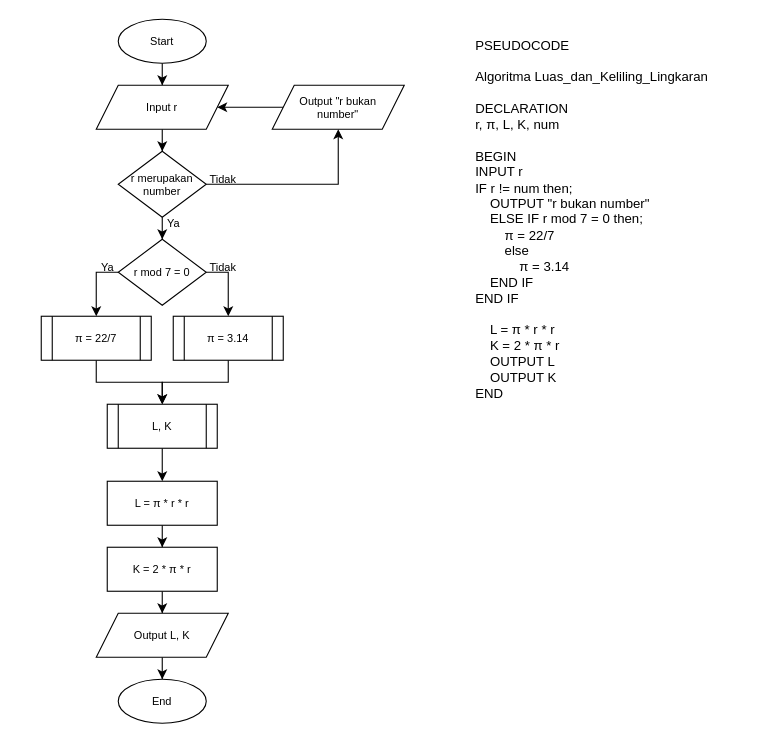
Earlier version of the draw.io diagram page "Luas dan Keliling Lingkaran" (1 of 2) of 5-Flowchart.drawio (mfdrfauzi/fwg17-computer-science). Source tidied: cells renumbered, new cells numbered last; positions are measured from the earlier drawing's top-left corner, leaving out a move shared by most shapes. Both pictures are drawn from the tidied source at 110%, with x=0, y=0 at pixel (41, 19).
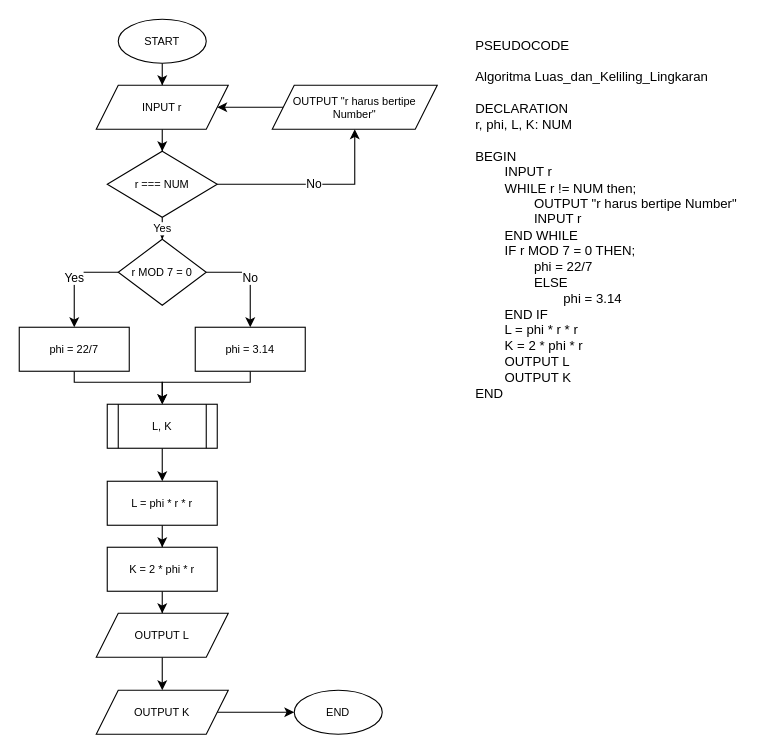
After the change.

Unchanged cells that the change refers to:
```xml
<mxCell id="24" value="L, K" style="shape=process;whiteSpace=wrap;html=1;backgroundOutline=1;fontSize=10;" parent="1" vertex="1">
  <mxGeometry x="60" y="350" width="100" height="40" as="geometry" />
</mxCell>
```

What changed in the source:
```diff
@@
-    <mxCell id="3" value="Start" style="ellipse;whiteSpace=wrap;html=1;fontSize=10;" parent="1" vertex="1">
+    <mxCell id="3" value="START" style="ellipse;whiteSpace=wrap;html=1;fontSize=10;" parent="1" vertex="1">
       <mxGeometry x="70" width="80" height="40" as="geometry" />
     </mxCell>
-    <mxCell id="4" style="edgeStyle=orthogonalEdgeStyle;rounded=0;jettySize=auto;html=1;entryX=0.5;entryY=0;entryDx=0;entryDy=0;fontSize=10;" parent="1" edge="1" source="6" target="19">
+    <mxCell id="4" value="Yes" style="edgeStyle=orthogonalEdgeStyle;rounded=0;jettySize=auto;html=1;entryX=0.5;entryY=0;entryDx=0;entryDy=0;fontSize=10;" parent="1" edge="1" source="6" target="19">
       <mxGeometry relative="1" as="geometry" />
     </mxCell>
-    <mxCell id="5" style="edgeStyle=orthogonalEdgeStyle;rounded=0;jettySize=auto;html=1;entryX=0.5;entryY=1;entryDx=0;entryDy=0;" parent="1" edge="1" source="6" target="28">
+    <mxCell id="5" value="No" style="edgeStyle=orthogonalEdgeStyle;rounded=0;jettySize=auto;html=1;entryX=0.5;entryY=1;entryDx=0;entryDy=0;" parent="1" edge="1" source="6" target="28">
       <mxGeometry relative="1" as="geometry" />
     </mxCell>
-    <mxCell id="6" value="r merupakan number" style="rhombus;whiteSpace=wrap;html=1;fontSize=10;" parent="1" vertex="1">
-      <mxGeometry x="70" y="120" width="80" height="60" as="geometry" />
+    <mxCell id="6" value="r === NUM" style="rhombus;whiteSpace=wrap;html=1;fontSize=10;" parent="1" vertex="1">
+      <mxGeometry x="60" y="120" width="100" height="60" as="geometry" />
     </mxCell>
-    <mxCell id="7" style="edgeStyle=orthogonalEdgeStyle;rounded=0;jettySize=auto;html=1;entryX=0.5;entryY=0;entryDx=0;entryDy=0;fontSize=10;" parent="1" edge="1" source="8" target="24">
-      <mxGeometry relative="1" as="geometry" />
-    </mxCell>
-    <mxCell id="8" value="π = 22/7" style="shape=process;whiteSpace=wrap;html=1;backgroundOutline=1;fontSize=10;" parent="1" vertex="1">
-      <mxGeometry y="270" width="100" height="40" as="geometry" />
-    </mxCell>
@@
-    <mxCell id="10" value="L =&amp;nbsp;π * r * r" style="rounded=0;whiteSpace=wrap;html=1;fontSize=10;" parent="1" vertex="1">
+    <mxCell id="10" value="L = phi * r * r" style="rounded=0;whiteSpace=wrap;html=1;fontSize=10;" parent="1" vertex="1">
       <mxGeometry x="60" y="420" width="100" height="40" as="geometry" />
     </mxCell>
@@
-    <mxCell id="12" value="K = 2 *&amp;nbsp;π * r" style="rounded=0;whiteSpace=wrap;html=1;fontSize=10;" parent="1" vertex="1">
+    <mxCell id="12" value="K = 2 * phi * r" style="rounded=0;whiteSpace=wrap;html=1;fontSize=10;" parent="1" vertex="1">
       <mxGeometry x="60" y="480" width="100" height="40" as="geometry" />
     </mxCell>
-    <mxCell id="13" style="edgeStyle=orthogonalEdgeStyle;rounded=0;jettySize=auto;html=1;entryX=0.5;entryY=0;entryDx=0;entryDy=0;fontSize=10;" parent="1" edge="1" source="14" target="22">
-      <mxGeometry relative="1" as="geometry" />
-    </mxCell>
+    <mxCell id="32" style="edgeStyle=orthogonalEdgeStyle;rounded=0;jettySize=auto;html=1;entryX=0.5;entryY=0;entryDx=0;entryDy=0;" parent="1" edge="1" source="14" target="36">
+      <mxGeometry relative="1" as="geometry" />
+    </mxCell>
-    <mxCell id="14" value="Output L, K" style="shape=parallelogram;perimeter=parallelogramPerimeter;whiteSpace=wrap;html=1;fixedSize=1;fontSize=10;" parent="1" vertex="1">
+    <mxCell id="14" value="OUTPUT L" style="shape=parallelogram;perimeter=parallelogramPerimeter;whiteSpace=wrap;html=1;fixedSize=1;fontSize=10;" parent="1" vertex="1">
       <mxGeometry x="50" y="540" width="120" height="40" as="geometry" />
     </mxCell>
@@
-    <mxCell id="16" value="Input r" style="shape=parallelogram;perimeter=parallelogramPerimeter;whiteSpace=wrap;html=1;fixedSize=1;fontSize=10;" parent="1" vertex="1">
+    <mxCell id="16" value="INPUT r" style="shape=parallelogram;perimeter=parallelogramPerimeter;whiteSpace=wrap;html=1;fixedSize=1;fontSize=10;" parent="1" vertex="1">
       <mxGeometry x="50" y="60" width="120" height="40" as="geometry" />
     </mxCell>
-    <mxCell id="17" style="edgeStyle=orthogonalEdgeStyle;rounded=0;jettySize=auto;html=1;exitX=1;exitY=0.5;exitDx=0;exitDy=0;entryX=0.5;entryY=0;entryDx=0;entryDy=0;fontSize=10;" parent="1" edge="1" source="19" target="21">
-      <mxGeometry relative="1" as="geometry" />
-    </mxCell>
-    <mxCell id="18" style="edgeStyle=orthogonalEdgeStyle;rounded=0;jettySize=auto;html=1;exitX=0;exitY=0.5;exitDx=0;exitDy=0;entryX=0.5;entryY=0;entryDx=0;entryDy=0;fontSize=10;" parent="1" edge="1" source="19" target="8">
-      <mxGeometry relative="1" as="geometry" />
-    </mxCell>
+    <mxCell id="33" value="Yes" style="edgeStyle=orthogonalEdgeStyle;rounded=0;jettySize=auto;html=1;entryX=0.5;entryY=0;entryDx=0;entryDy=0;" parent="1" edge="1" source="19" target="38">
+      <mxGeometry relative="1" as="geometry">
+        <Array as="points">
+          <mxPoint x="30" y="230" />
+        </Array>
+      </mxGeometry>
+    </mxCell>
+    <mxCell id="34" value="No" style="edgeStyle=orthogonalEdgeStyle;rounded=0;jettySize=auto;html=1;entryX=0.5;entryY=0;entryDx=0;entryDy=0;" parent="1" edge="1" source="19" target="40">
+      <mxGeometry relative="1" as="geometry">
+        <Array as="points">
+          <mxPoint x="190" y="230" />
+        </Array>
+      </mxGeometry>
+    </mxCell>
-    <mxCell id="19" value="r mod 7 = 0" style="rhombus;whiteSpace=wrap;html=1;fontSize=10;" parent="1" vertex="1">
+    <mxCell id="19" value="r MOD 7 = 0" style="rhombus;whiteSpace=wrap;html=1;fontSize=10;" parent="1" vertex="1">
       <mxGeometry x="70" y="200" width="80" height="60" as="geometry" />
     </mxCell>
-    <mxCell id="20" style="edgeStyle=orthogonalEdgeStyle;rounded=0;jettySize=auto;html=1;entryX=0.5;entryY=0;entryDx=0;entryDy=0;fontSize=10;" parent="1" edge="1" source="21" target="24">
-      <mxGeometry relative="1" as="geometry" />
-    </mxCell>
-    <mxCell id="21" value="π = 3.14" style="shape=process;whiteSpace=wrap;html=1;backgroundOutline=1;fontSize=10;" parent="1" vertex="1">
-      <mxGeometry x="120" y="270" width="100" height="40" as="geometry" />
-    </mxCell>
-    <mxCell id="22" value="End" style="ellipse;whiteSpace=wrap;html=1;fontSize=10;" parent="1" vertex="1">
-      <mxGeometry x="70" y="600" width="80" height="40" as="geometry" />
+    <mxCell id="22" value="END" style="ellipse;whiteSpace=wrap;html=1;fontSize=10;" parent="1" vertex="1">
+      <mxGeometry x="230" y="610" width="80" height="40" as="geometry" />
     </mxCell>
@@
-    <mxCell id="25" value="Ya" style="text;html=1;align=center;verticalAlign=middle;strokeColor=none;fillColor=none;fontSize=10;" parent="1" vertex="1">
-      <mxGeometry x="100" y="170" width="40" height="30" as="geometry" />
-    </mxCell>
-    <mxCell id="26" value="Tidak" style="text;html=1;align=center;verticalAlign=middle;strokeColor=none;fillColor=none;fontSize=10;" parent="1" vertex="1">
-      <mxGeometry x="140" y="130" width="50" height="30" as="geometry" />
-    </mxCell>
@@
-    <mxCell id="28" value="Output &quot;r bukan&lt;br&gt;number&quot;" style="shape=parallelogram;perimeter=parallelogramPerimeter;whiteSpace=wrap;html=1;fixedSize=1;fontSize=10;" parent="1" vertex="1">
-      <mxGeometry x="210" y="60" width="120" height="40" as="geometry" />
+    <mxCell id="28" value="OUTPUT &quot;r harus bertipe Number&quot;" style="shape=parallelogram;perimeter=parallelogramPerimeter;whiteSpace=wrap;html=1;fixedSize=1;fontSize=10;" parent="1" vertex="1">
+      <mxGeometry x="210" y="60" width="150" height="40" as="geometry" />
     </mxCell>
-    <mxCell id="29" value="Ya" style="text;html=1;align=center;verticalAlign=middle;strokeColor=none;fillColor=none;fontSize=10;" parent="1" vertex="1">
-      <mxGeometry x="40" y="210" width="40" height="30" as="geometry" />
-    </mxCell>
-    <mxCell id="30" value="Tidak" style="text;html=1;align=center;verticalAlign=middle;strokeColor=none;fillColor=none;fontSize=10;" parent="1" vertex="1">
-      <mxGeometry x="140" y="210" width="50" height="30" as="geometry" />
-    </mxCell>
-    <mxCell id="31" value="PSEUDOCODE&lt;br&gt;&lt;br&gt;&lt;div&gt;Algoritma Luas_dan_Keliling_Lingkaran&lt;/div&gt;&lt;div&gt;&lt;br&gt;&lt;/div&gt;&lt;div&gt;DECLARATION&lt;/div&gt;&lt;div&gt;r, π, L, K, num&lt;/div&gt;&lt;div&gt;&lt;br&gt;&lt;/div&gt;&lt;div&gt;BEGIN&lt;/div&gt;&lt;div&gt;INPUT r&lt;span style=&quot;&quot;&gt;&lt;/span&gt;&lt;/div&gt;&lt;div&gt;IF r != num then;&lt;/div&gt;&lt;div&gt;&lt;span style=&quot;&quot;&gt;&lt;span style=&quot;&quot;&gt;&lt;span style=&quot;white-space: pre;&quot;&gt;&amp;nbsp;&amp;nbsp;&amp;nbsp;&amp;nbsp;&lt;/span&gt;&lt;/span&gt;OUTPUT &quot;r bukan number&quot;&lt;/span&gt;&lt;/div&gt;&lt;div&gt;&lt;span style=&quot;&quot;&gt;&lt;span style=&quot;&quot;&gt;&lt;span style=&quot;white-space: pre;&quot;&gt;&amp;nbsp;&amp;nbsp;&amp;nbsp;&amp;nbsp;&lt;/span&gt;&lt;/span&gt;ELSE IF r mod 7 = 0 then;&lt;/span&gt;&lt;/div&gt;&lt;div&gt;&lt;span style=&quot;&quot;&gt;&lt;span style=&quot;&quot;&gt;&lt;span style=&quot;white-space: pre;&quot;&gt;&amp;nbsp;&amp;nbsp;&amp;nbsp;&amp;nbsp;&lt;/span&gt;&lt;span style=&quot;white-space: pre;&quot;&gt;&amp;nbsp;&amp;nbsp;&amp;nbsp;&amp;nbsp;&lt;/span&gt;&lt;/span&gt;π = 22/7&lt;/span&gt;&lt;/div&gt;&lt;div&gt;&lt;span style=&quot;&quot;&gt;&lt;span style=&quot;&quot;&gt;&lt;span style=&quot;white-space: pre;&quot;&gt;&amp;nbsp;&amp;nbsp;&amp;nbsp;&amp;nbsp;&lt;/span&gt;&lt;span style=&quot;white-space: pre;&quot;&gt;&amp;nbsp;&amp;nbsp;&amp;nbsp;&amp;nbsp;&lt;/span&gt;&lt;/span&gt;else&lt;/span&gt;&lt;/div&gt;&lt;div&gt;&lt;span style=&quot;&quot;&gt;&lt;span style=&quot;&quot;&gt;&lt;span style=&quot;white-space: pre;&quot;&gt;&amp;nbsp;&amp;nbsp;&amp;nbsp;&amp;nbsp;&lt;/span&gt;&lt;span style=&quot;white-space: pre;&quot;&gt;&amp;nbsp;&amp;nbsp;&amp;nbsp;&amp;nbsp;&lt;/span&gt;&lt;span style=&quot;white-space: pre;&quot;&gt;&amp;nbsp;&amp;nbsp;&amp;nbsp;&amp;nbsp;&lt;/span&gt;&lt;/span&gt;π = 3.14&lt;/span&gt;&lt;/div&gt;&lt;div&gt;&lt;span style=&quot;&quot;&gt;&lt;span style=&quot;&quot;&gt;&lt;span style=&quot;white-space: pre;&quot;&gt;&amp;nbsp;&amp;nbsp;&amp;nbsp;&amp;nbsp;&lt;/span&gt;&lt;/span&gt;END IF&lt;/span&gt;&lt;/div&gt;&lt;div&gt;END IF&lt;/div&gt;&lt;div&gt;&lt;br&gt;&lt;/div&gt;&lt;div&gt;&lt;span style=&quot;&quot;&gt;&lt;span style=&quot;&quot;&gt;&lt;span style=&quot;white-space: pre;&quot;&gt;&amp;nbsp;&amp;nbsp;&amp;nbsp;&amp;nbsp;&lt;/span&gt;&lt;/span&gt;L = π * r * r&lt;/span&gt;&lt;/div&gt;&lt;div&gt;&lt;span style=&quot;&quot;&gt;&lt;span style=&quot;&quot;&gt;&lt;span style=&quot;white-space: pre;&quot;&gt;&amp;nbsp;&amp;nbsp;&amp;nbsp;&amp;nbsp;&lt;/span&gt;&lt;/span&gt;K = 2 * π * r&lt;/span&gt;&lt;/div&gt;&lt;div&gt;&lt;span style=&quot;&quot;&gt;&lt;span style=&quot;&quot;&gt;&lt;span style=&quot;white-space: pre;&quot;&gt;&amp;nbsp;&amp;nbsp;&amp;nbsp;&amp;nbsp;&lt;/span&gt;&lt;/span&gt;OUTPUT L&lt;/span&gt;&lt;/div&gt;&lt;div&gt;&lt;span style=&quot;&quot;&gt;&lt;span style=&quot;&quot;&gt;&lt;span style=&quot;white-space: pre;&quot;&gt;&amp;nbsp;&amp;nbsp;&amp;nbsp;&amp;nbsp;&lt;/span&gt;&lt;/span&gt;OUTPUT K&lt;/span&gt;&lt;/div&gt;&lt;div&gt;END&lt;/div&gt;" style="text;html=1;align=left;verticalAlign=top;strokeColor=none;fillColor=none;" parent="1" vertex="1">
-      <mxGeometry x="393" y="10" width="230" height="340" as="geometry" />
+    <mxCell id="31" value="PSEUDOCODE&lt;br&gt;&lt;br&gt;&lt;div&gt;Algoritma Luas_dan_Keliling_Lingkaran&lt;/div&gt;&lt;div&gt;&lt;br&gt;&lt;/div&gt;&lt;div&gt;DECLARATION&lt;/div&gt;&lt;div&gt;r, phi, L, K: NUM&lt;/div&gt;&lt;div&gt;&lt;br&gt;&lt;/div&gt;&lt;div&gt;BEGIN&lt;/div&gt;&lt;div&gt;&lt;span style=&quot;white-space: pre;&quot;&gt;&#9;&lt;/span&gt;INPUT r&lt;/div&gt;&lt;div&gt;&lt;span style=&quot;white-space: pre;&quot;&gt;&#9;&lt;/span&gt;WHILE&amp;nbsp;r != NUM then;&lt;/div&gt;&lt;div&gt;&lt;span style=&quot;&quot;&gt;&lt;span style=&quot;&quot;&gt;&lt;span style=&quot;white-space: pre;&quot;&gt;&amp;nbsp;&amp;nbsp;&amp;nbsp;&amp;nbsp;&lt;span style=&quot;white-space: pre;&quot;&gt;&#9;&lt;span style=&quot;white-space: pre;&quot;&gt;&#9;&lt;/span&gt;&lt;/span&gt;&lt;/span&gt;&lt;/span&gt;OUTPUT &quot;r harus bertipe Number&quot;&lt;/span&gt;&lt;/div&gt;&lt;div&gt;&lt;span style=&quot;&quot;&gt;&lt;span style=&quot;white-space: pre;&quot;&gt;&#9;&lt;span style=&quot;white-space: pre;&quot;&gt;&#9;&lt;/span&gt;I&lt;/span&gt;NPUT r&lt;br&gt;&lt;/span&gt;&lt;/div&gt;&lt;div&gt;&lt;span style=&quot;&quot;&gt;&lt;span style=&quot;white-space: pre;&quot;&gt;&#9;&lt;/span&gt;END WHILE&lt;/span&gt;&lt;/div&gt;&lt;div&gt;&lt;span style=&quot;&quot;&gt;&lt;span style=&quot;&quot;&gt;&lt;span style=&quot;white-space: pre;&quot;&gt;&amp;nbsp;&amp;nbsp;&amp;nbsp;&amp;nbsp;&lt;span style=&quot;white-space: pre;&quot;&gt;&#9;&lt;/span&gt;&lt;/span&gt;&lt;/span&gt;IF r MOD 7 = 0 THEN;&lt;/span&gt;&lt;/div&gt;&lt;div&gt;&lt;span style=&quot;&quot;&gt;&lt;span style=&quot;&quot;&gt;&lt;span style=&quot;white-space: pre;&quot;&gt;&amp;nbsp;&amp;nbsp;&amp;nbsp;&amp;nbsp;&lt;/span&gt;&lt;span style=&quot;white-space: pre;&quot;&gt;&amp;nbsp;&amp;nbsp;&amp;nbsp;&amp;nbsp;&lt;span style=&quot;white-space: pre;&quot;&gt;&#9;&lt;/span&gt;phi &lt;/span&gt;&lt;/span&gt;= 22/7&lt;/span&gt;&lt;/div&gt;&lt;div&gt;&lt;span style=&quot;&quot;&gt;&lt;span style=&quot;&quot;&gt;&lt;span style=&quot;white-space: pre;&quot;&gt;&amp;nbsp;&amp;nbsp;&amp;nbsp;&amp;nbsp;&lt;/span&gt;&lt;span style=&quot;white-space: pre;&quot;&gt;&amp;nbsp;&amp;nbsp;&amp;nbsp;&amp;nbsp;&lt;span style=&quot;white-space: pre;&quot;&gt;&#9;&lt;/span&gt;ELSE&lt;/span&gt;&lt;/span&gt;&lt;/span&gt;&lt;/div&gt;&lt;div&gt;&lt;span style=&quot;&quot;&gt;&lt;span style=&quot;&quot;&gt;&lt;span style=&quot;white-space: pre;&quot;&gt;&amp;nbsp;&amp;nbsp;&amp;nbsp;&amp;nbsp;&lt;/span&gt;&lt;span style=&quot;white-space: pre;&quot;&gt;&amp;nbsp;&amp;nbsp;&amp;nbsp;&amp;nbsp;&lt;/span&gt;&lt;span style=&quot;white-space: pre;&quot;&gt;&amp;nbsp;&amp;nbsp;&amp;nbsp;&amp;nbsp;&lt;span style=&quot;white-space: pre;&quot;&gt;&lt;span style=&quot;white-space: pre;&quot;&gt;&#9;&lt;span style=&quot;white-space: pre;&quot;&gt;&#9;&lt;/span&gt;&lt;/span&gt;&lt;/span&gt;phi&lt;/span&gt;&lt;/span&gt;&amp;nbsp;= 3.14&lt;/span&gt;&lt;/div&gt;&lt;div&gt;&lt;span style=&quot;&quot;&gt;&lt;span style=&quot;&quot;&gt;&lt;span style=&quot;white-space: pre;&quot;&gt;&amp;nbsp;&amp;nbsp;&amp;nbsp;&amp;nbsp;&lt;span style=&quot;white-space: pre;&quot;&gt;&#9;&lt;/span&gt;&lt;/span&gt;&lt;/span&gt;END IF&lt;/span&gt;&lt;/div&gt;&lt;div&gt;&lt;span style=&quot;&quot;&gt;&lt;span style=&quot;white-space: pre;&quot;&gt;&#9;&lt;/span&gt;L = phi * r * r&lt;/span&gt;&lt;/div&gt;&lt;div&gt;&lt;span style=&quot;&quot;&gt;&lt;span style=&quot;white-space: pre;&quot;&gt;&#9;&lt;/span&gt;K = 2 * phi * r&lt;/span&gt;&lt;/div&gt;&lt;div&gt;&lt;span style=&quot;&quot;&gt;&lt;span style=&quot;white-space: pre;&quot;&gt;&#9;&lt;/span&gt;OUTPUT L&lt;/span&gt;&lt;/div&gt;&lt;div&gt;&lt;span style=&quot;&quot;&gt;&lt;span style=&quot;white-space: pre;&quot;&gt;&#9;&lt;/span&gt;OUTPUT K&lt;/span&gt;&lt;/div&gt;&lt;div&gt;END&lt;/div&gt;" style="text;html=1;align=left;verticalAlign=top;strokeColor=none;fillColor=none;" parent="1" vertex="1">
+      <mxGeometry x="393" y="10" width="260" height="340" as="geometry" />
     </mxCell>
+    <mxCell id="35" style="edgeStyle=orthogonalEdgeStyle;rounded=0;jettySize=auto;html=1;entryX=0;entryY=0.5;entryDx=0;entryDy=0;" parent="1" edge="1" source="36" target="22">
+      <mxGeometry relative="1" as="geometry" />
+    </mxCell>
+    <mxCell id="36" value="OUTPUT K" style="shape=parallelogram;perimeter=parallelogramPerimeter;whiteSpace=wrap;html=1;fixedSize=1;fontSize=10;" parent="1" vertex="1">
+      <mxGeometry x="50" y="610" width="120" height="40" as="geometry" />
+    </mxCell>
+    <mxCell id="37" style="edgeStyle=orthogonalEdgeStyle;rounded=0;jettySize=auto;html=1;entryX=0.5;entryY=0;entryDx=0;entryDy=0;" parent="1" edge="1" source="38" target="24">
+      <mxGeometry relative="1" as="geometry">
+        <Array as="points">
+          <mxPoint x="30" y="330" />
+          <mxPoint x="110" y="330" />
+        </Array>
+      </mxGeometry>
+    </mxCell>
+    <mxCell id="38" value="phi = 22/7" style="rounded=0;whiteSpace=wrap;html=1;fontSize=10;" parent="1" vertex="1">
+      <mxGeometry x="-20" y="280" width="100" height="40" as="geometry" />
+    </mxCell>
+    <mxCell id="39" style="edgeStyle=orthogonalEdgeStyle;rounded=0;jettySize=auto;html=1;entryX=0.5;entryY=0;entryDx=0;entryDy=0;" parent="1" edge="1" source="40" target="24">
+      <mxGeometry relative="1" as="geometry">
+        <Array as="points">
+          <mxPoint x="190" y="330" />
+          <mxPoint x="110" y="330" />
+        </Array>
+      </mxGeometry>
+    </mxCell>
+    <mxCell id="40" value="phi = 3.14" style="rounded=0;whiteSpace=wrap;html=1;fontSize=10;" parent="1" vertex="1">
+      <mxGeometry x="140" y="280" width="100" height="40" as="geometry" />
+    </mxCell>
```
